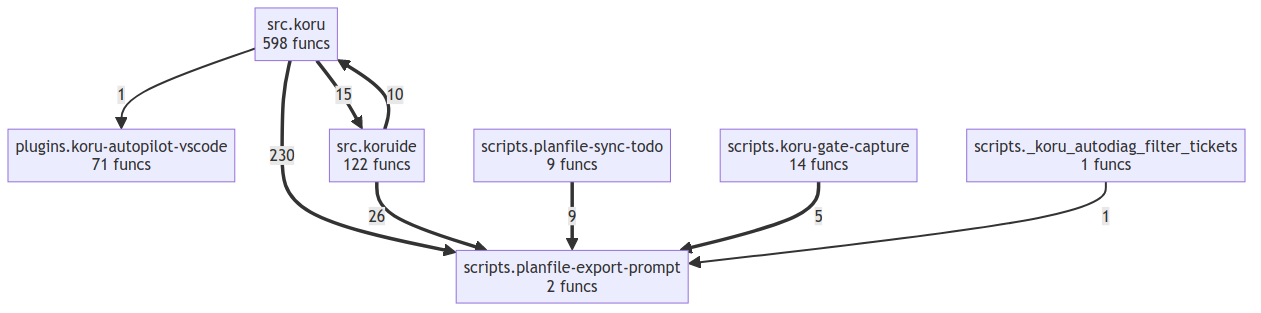
semcod/koru keeps this Mermaid diagram as project/compact_flow.png. Above is the earlier version. Its source is kept beside it as project/compact_flow.mmd.
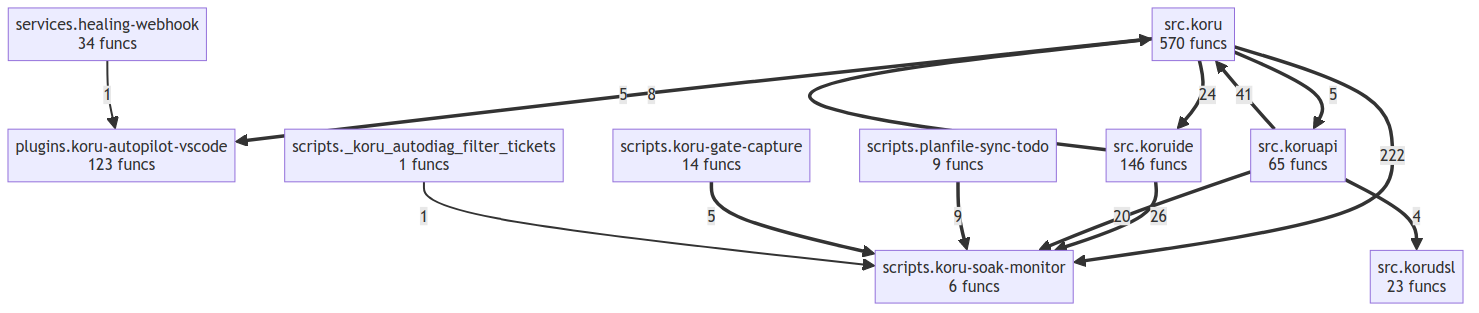
Above is the later version.

Change to the diagram source:
```diff
@@ -1,16 +1,24 @@
 flowchart TD
-    plugins__koru_autopilot_vscode["plugins.koru-autopilot-vscode<br/>71 funcs"]
+    plugins__koru_autopilot_vscode["plugins.koru-autopilot-vscode<br/>123 funcs"]
     scripts___koru_autodiag_filter_tickets["scripts._koru_autodiag_filter_tickets<br/>1 funcs"]
     scripts__koru_gate_capture["scripts.koru-gate-capture<br/>14 funcs"]
-    scripts__planfile_export_prompt["scripts.planfile-export-prompt<br/>2 funcs"]
+    scripts__koru_soak_monitor["scripts.koru-soak-monitor<br/>6 funcs"]
     scripts__planfile_sync_todo["scripts.planfile-sync-todo<br/>9 funcs"]
-    src__koru["src.koru<br/>598 funcs"]
-    src__koruide["src.koruide<br/>122 funcs"]
-    src__koru ==>|230| scripts__planfile_export_prompt
-    src__koruide ==>|26| scripts__planfile_export_prompt
-    src__koru ==>|15| src__koruide
-    src__koruide ==>|10| src__koru
-    scripts__planfile_sync_todo ==>|9| scripts__planfile_export_prompt
-    scripts__koru_gate_capture ==>|5| scripts__planfile_export_prompt
-    src__koru -->|1| plugins__koru_autopilot_vscode
-    scripts___koru_autodiag_filter_tickets -->|1| scripts__planfile_export_prompt
+    services__healing_webhook["services.healing-webhook<br/>34 funcs"]
+    src__koru["src.koru<br/>570 funcs"]
+    src__koruapi["src.koruapi<br/>65 funcs"]
+    src__korudsl["src.korudsl<br/>23 funcs"]
+    src__koruide["src.koruide<br/>146 funcs"]
+    src__koru ==>|222| scripts__koru_soak_monitor
+    src__koruapi ==>|41| src__koru
+    src__koruide ==>|26| scripts__koru_soak_monitor
+    src__koru ==>|24| src__koruide
+    src__koruapi ==>|20| scripts__koru_soak_monitor
+    scripts__planfile_sync_todo ==>|9| scripts__koru_soak_monitor
+    src__koruide ==>|8| src__koru
+    src__koru ==>|5| plugins__koru_autopilot_vscode
+    scripts__koru_gate_capture ==>|5| scripts__koru_soak_monitor
+    src__koru ==>|5| src__koruapi
+    src__koruapi ==>|4| src__korudsl
+    services__healing_webhook -->|1| plugins__koru_autopilot_vscode
+    scripts___koru_autodiag_filter_tickets -->|1| scripts__koru_soak_monitor
```
